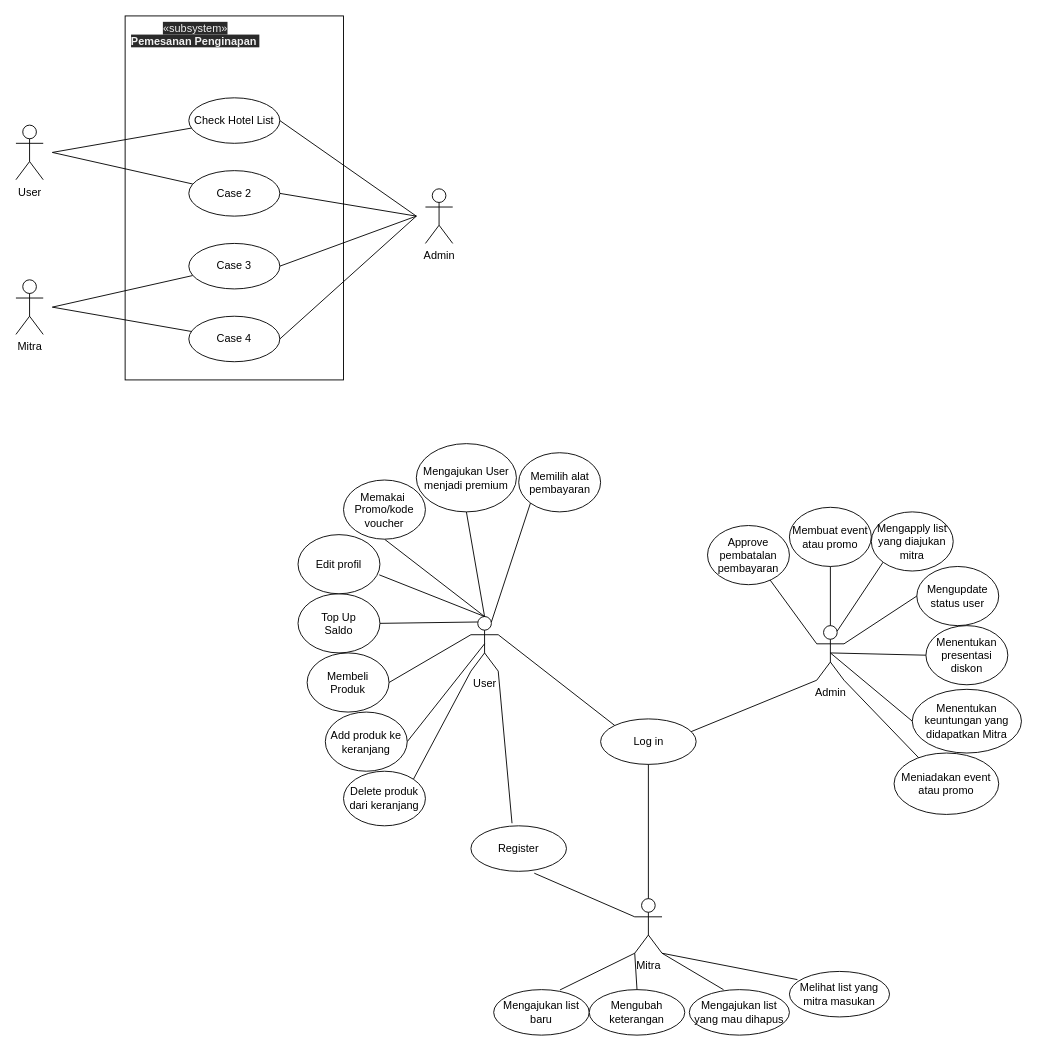
This is page "Use Case Diagram" (3 of 5) of src/info/Details.drawio from Thomassantosa/TubesPBO, a draw.io file, before an edit. Source tidied: cells renumbered, new cells numbered last; positions are measured from the earlier drawing's top-left corner, leaving out a move shared by most shapes. Both pictures are drawn from the tidied source at 91%, with x=0, y=0 at pixel (15, 15).
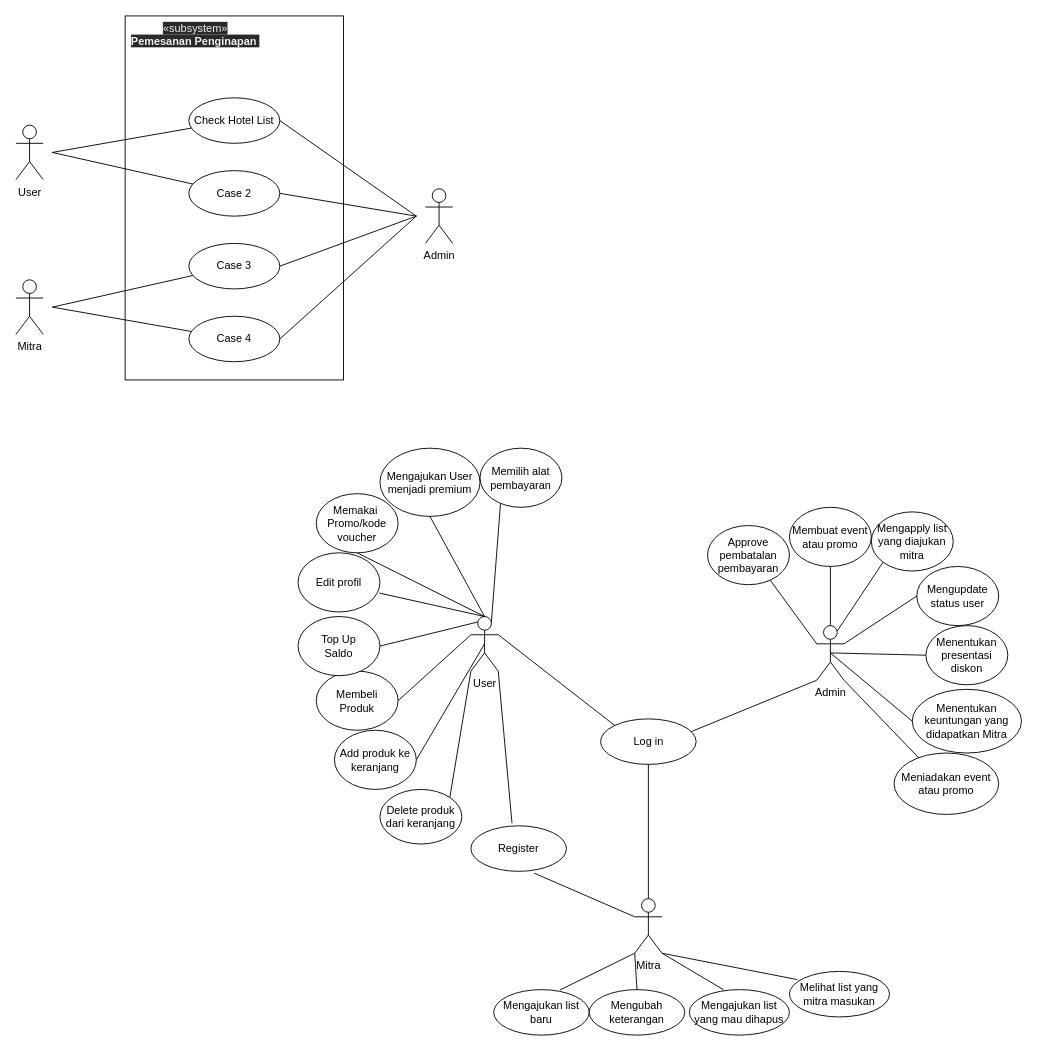
Above is the later version.

Commit message:
Use case

The change refers to these unchanged cells:
```xml
<mxCell id="19" value="User" style="shape=umlActor;verticalLabelPosition=bottom;verticalAlign=top;html=1;outlineConnect=0;" parent="1" vertex="1">
  <mxGeometry x="500" y="660" width="30" height="60" as="geometry" />
</mxCell>
```

Diff of the diagram source:
```diff
@@
     <mxCell id="20" value="Delete produk dari keranjang" style="ellipse;whiteSpace=wrap;html=1;" parent="1" vertex="1">
-      <mxGeometry x="360" y="830" width="90" height="60" as="geometry" />
+      <mxGeometry x="400" y="850" width="90" height="60" as="geometry" />
     </mxCell>
@@
     <mxCell id="23" value="Add produk ke keranjang" style="ellipse;whiteSpace=wrap;html=1;" parent="1" vertex="1">
-      <mxGeometry x="340" y="765" width="90" height="65" as="geometry" />
+      <mxGeometry x="350" y="785" width="90" height="65" as="geometry" />
     </mxCell>
@@
     <mxCell id="31" value="Membeli&lt;br&gt;Produk" style="ellipse;whiteSpace=wrap;html=1;" parent="1" vertex="1">
-      <mxGeometry x="320" y="700" width="90" height="65" as="geometry" />
+      <mxGeometry x="330" y="720" width="90" height="65" as="geometry" />
     </mxCell>
@@
     <mxCell id="33" value="Top Up&lt;br&gt;Saldo" style="ellipse;whiteSpace=wrap;html=1;" parent="1" vertex="1">
-      <mxGeometry x="310" y="635" width="90" height="65" as="geometry" />
+      <mxGeometry x="310" y="660" width="90" height="65" as="geometry" />
     </mxCell>
@@
     <mxCell id="35" value="Edit profil" style="ellipse;whiteSpace=wrap;html=1;" parent="1" vertex="1">
-      <mxGeometry x="310" y="570" width="90" height="65" as="geometry" />
+      <mxGeometry x="310" y="590" width="90" height="65" as="geometry" />
     </mxCell>
@@
     <mxCell id="37" value="Memakai&amp;nbsp;&lt;br&gt;Promo/kode voucher" style="ellipse;whiteSpace=wrap;html=1;" parent="1" vertex="1">
-      <mxGeometry x="360" y="510" width="90" height="65" as="geometry" />
+      <mxGeometry x="330" y="525" width="90" height="65" as="geometry" />
     </mxCell>
@@
     <mxCell id="39" value="Mengajukan User menjadi premium" style="ellipse;whiteSpace=wrap;html=1;" parent="1" vertex="1">
-      <mxGeometry x="440" y="470" width="110" height="75" as="geometry" />
+      <mxGeometry x="400" y="475" width="110" height="75" as="geometry" />
     </mxCell>
     <mxCell id="40" value="Memilih alat pembayaran" style="ellipse;whiteSpace=wrap;html=1;" parent="1" vertex="1">
-      <mxGeometry x="552.5" y="480" width="90" height="65" as="geometry" />
+      <mxGeometry x="510" y="475" width="90" height="65" as="geometry" />
     </mxCell>
-    <mxCell id="41" style="endArrow=none;html=1;entryX=0.75;entryY=0.1;entryDx=0;entryDy=0;entryPerimeter=0;exitX=0;exitY=1;exitDx=0;exitDy=0;" parent="1" edge="1" source="40" target="19">
+    <mxCell id="41" style="endArrow=none;html=1;entryX=0.75;entryY=0.1;entryDx=0;entryDy=0;entryPerimeter=0;exitX=0.25;exitY=0.938;exitDx=0;exitDy=0;exitPerimeter=0;" parent="1" edge="1" source="40" target="19">
       <mxGeometry relative="1" as="geometry" />
     </mxCell>
```
